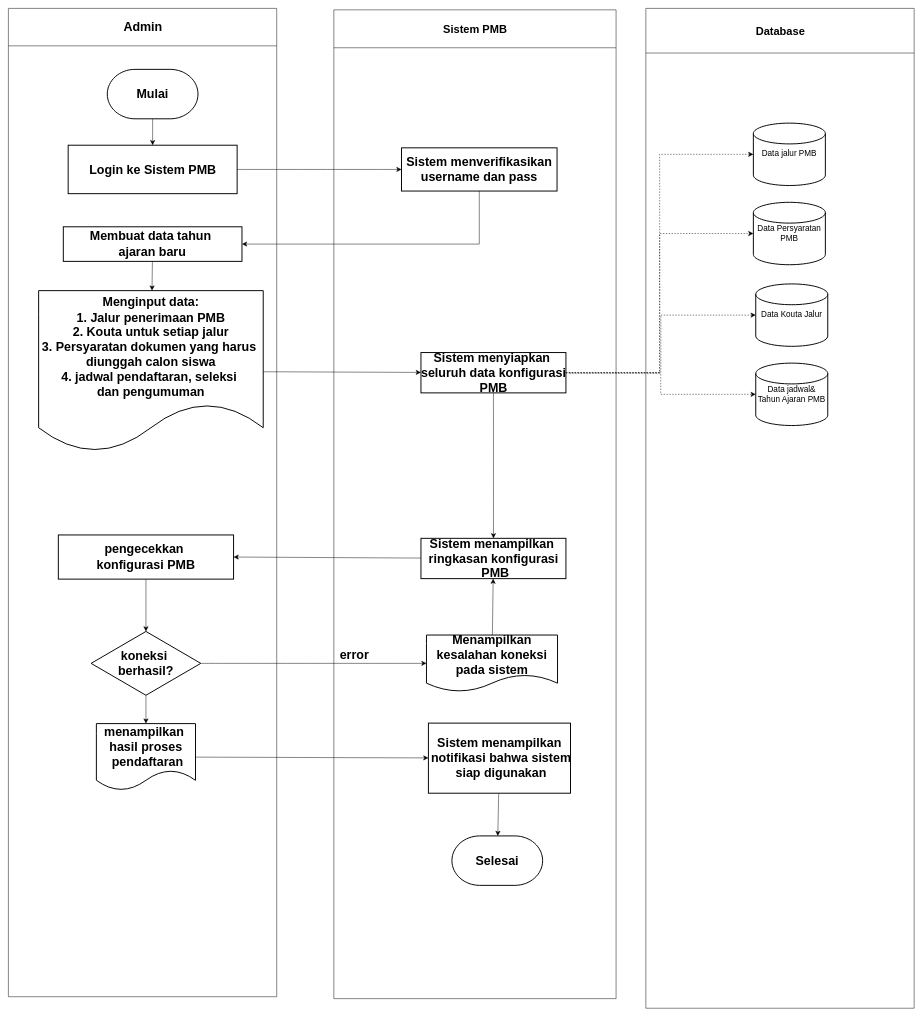
Earlier version of the draw.io diagram page "SOP Persiapan Sistem PMB" (3 of 5) of Untitled Diagram.drawio (elsye9/web-hotel). Source tidied: cells renumbered, new cells numbered last; positions are measured from the earlier drawing's top-left corner, leaving out a move shared by most shapes. Both pictures are drawn from the tidied source at 48%, with x=0, y=0 at pixel (8, 8).
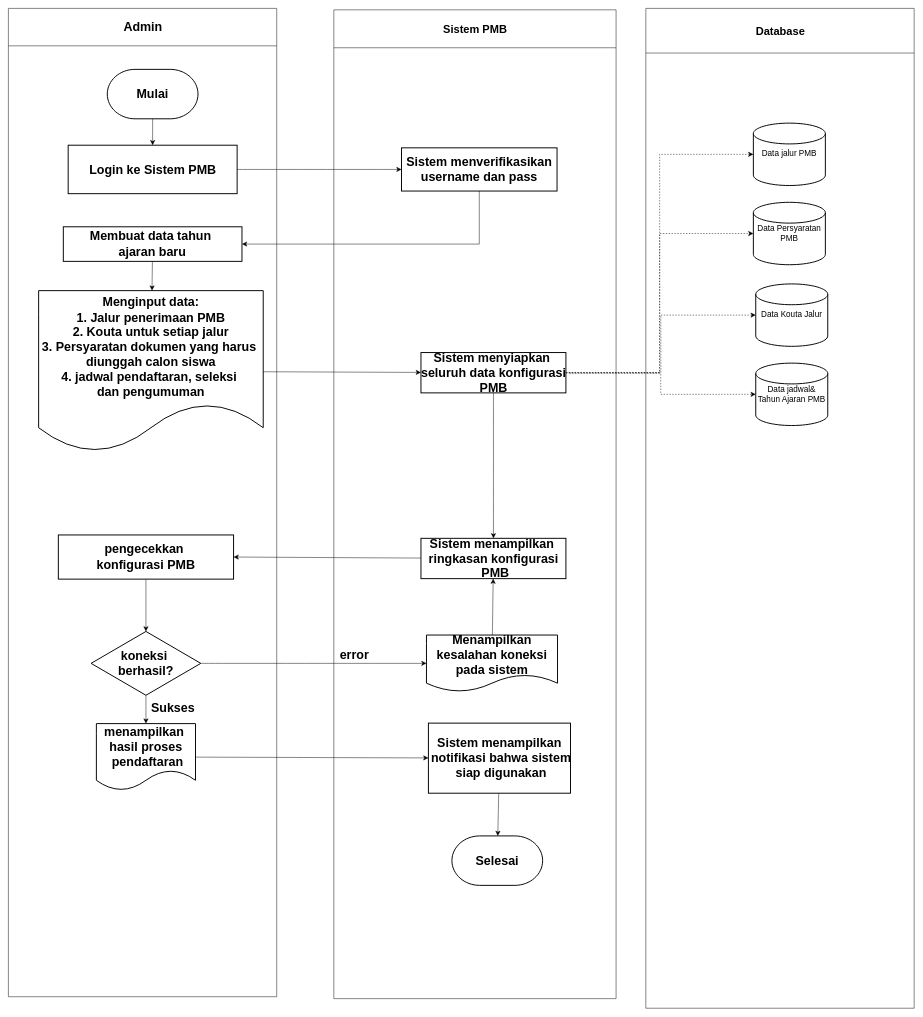
The same diagram, later.

What changed in the source:
```diff
@@
+    <mxCell id="40" style="text;html=1;whiteSpace=wrap;strokeColor=none;fillColor=none;align=center;verticalAlign=middle;rounded=0;fontSize=16;" parent="1" vertex="1">
+      <mxGeometry x="271" y="1440" width="60" height="30" as="geometry" />
+    </mxCell>
+    <mxCell id="41" value="&lt;div style=&quot;&quot;&gt;&lt;span style=&quot;font-size: 26px; text-wrap-mode: nowrap;&quot;&gt;&lt;b&gt;Sukses&lt;/b&gt;&lt;/span&gt;&lt;/div&gt;" style="text;html=1;whiteSpace=wrap;strokeColor=none;fillColor=none;align=center;verticalAlign=middle;rounded=0;fontSize=16;" parent="1" vertex="1">
+      <mxGeometry x="313" y="1443" width="60" height="30" as="geometry" />
+    </mxCell>
```
